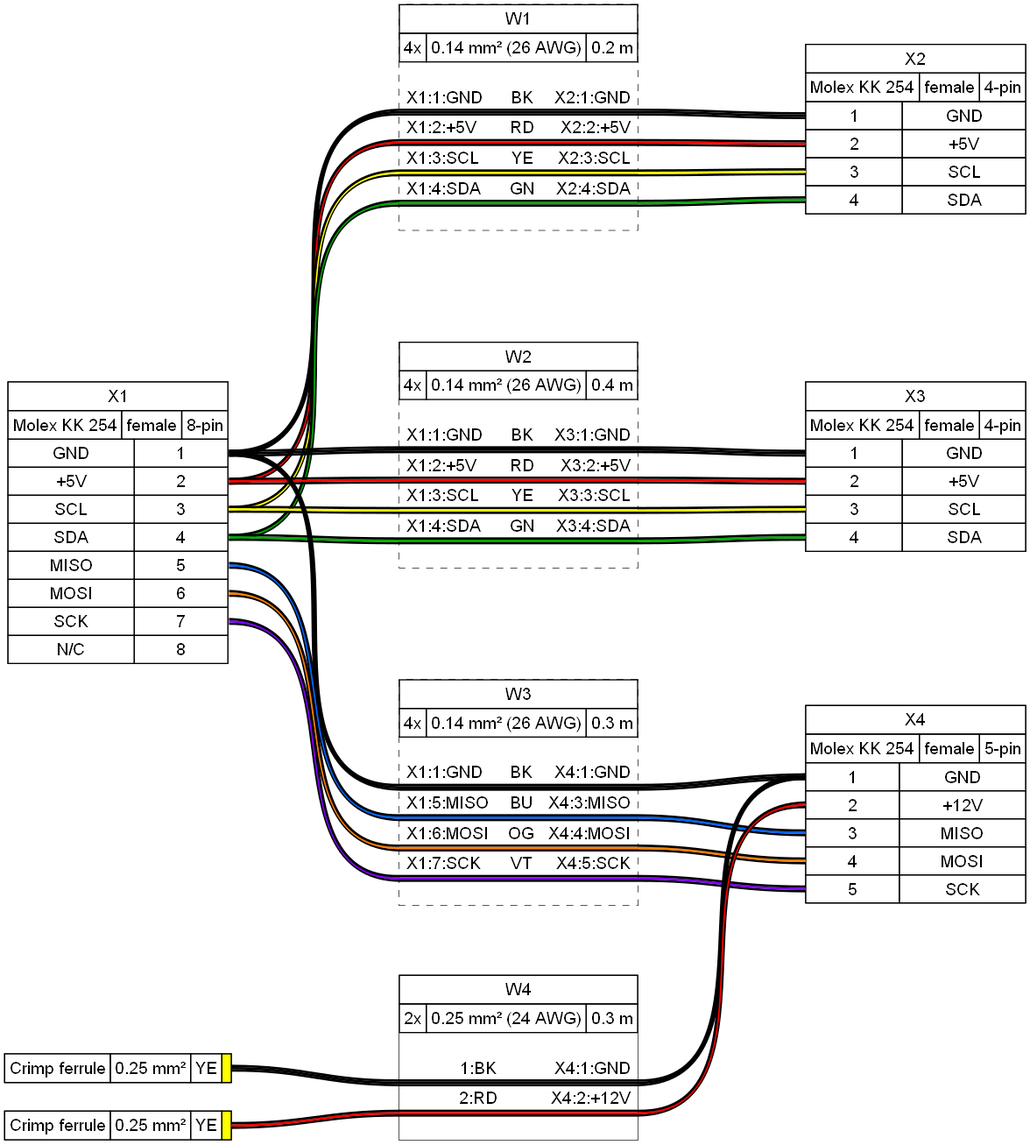
Before: examples/demo02.png, a diagram exported from Graphviz (wireviz/WireViz). Its source is kept beside it as examples/demo02.gv.
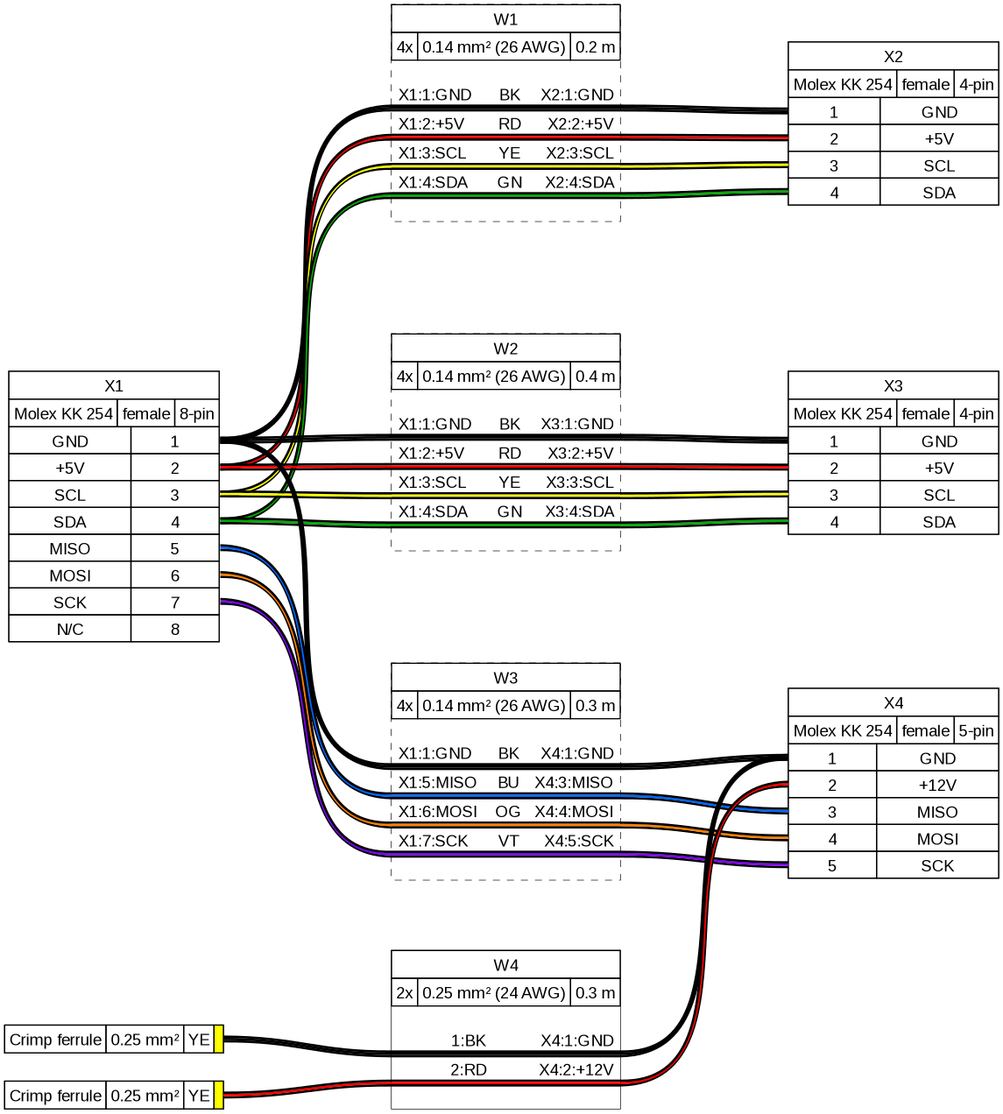
Later version of the same file.

Change to the diagram source:
```diff
@@ -29,42 +29,34 @@
    <table border="0" cellborder="1" cellpadding="3" cellspacing="0">
     <tr>
      <td>GND</td>
-     []
      <td port="p1r">1</td>
     </tr>
     <tr>
      <td>+5V</td>
-     []
      <td port="p2r">2</td>
     </tr>
     <tr>
      <td>SCL</td>
-     []
      <td port="p3r">3</td>
     </tr>
     <tr>
      <td>SDA</td>
-     []
      <td port="p4r">4</td>
     </tr>
     <tr>
      <td>MISO</td>
-     []
      <td port="p5r">5</td>
     </tr>
     <tr>
      <td>MOSI</td>
-     []
      <td port="p6r">6</td>
     </tr>
     <tr>
      <td>SCK</td>
-     []
      <td port="p7r">7</td>
     </tr>
     <tr>
      <td>N/C</td>
-     []
      <td port="p8r">8</td>
     </tr>
    </table>
@@ -100,22 +92,18 @@
     <tr>
      <td port="p1l">1</td>
      <td>GND</td>
-     []
     </tr>
     <tr>
      <td port="p2l">2</td>
      <td>+5V</td>
-     []
     </tr>
     <tr>
      <td port="p3l">3</td>
      <td>SCL</td>
-     []
     </tr>
     <tr>
      <td port="p4l">4</td>
      <td>SDA</td>
-     []
     </tr>
    </table>
   </td>
@@ -150,22 +138,18 @@
     <tr>
      <td port="p1l">1</td>
      <td>GND</td>
-     []
     </tr>
     <tr>
      <td port="p2l">2</td>
      <td>+5V</td>
-     []
     </tr>
     <tr>
      <td port="p3l">3</td>
      <td>SCL</td>
-     []
     </tr>
     <tr>
      <td port="p4l">4</td>
      <td>SDA</td>
-     []
     </tr>
    </table>
   </td>
@@ -200,27 +184,22 @@
     <tr>
      <td port="p1l">1</td>
      <td>GND</td>
-     []
     </tr>
     <tr>
      <td port="p2l">2</td>
      <td>+12V</td>
-     []
     </tr>
     <tr>
      <td port="p3l">3</td>
      <td>MISO</td>
-     []
     </tr>
     <tr>
      <td port="p4l">4</td>
      <td>MOSI</td>
-     []
     </tr>
     <tr>
      <td port="p5l">5</td>
      <td>SCK</td>
-     []
     </tr>
    </table>
   </td>
@@ -296,19 +275,7 @@
      <td align="right">X2:1:GND </td>
     </tr>
     <tr>
-     <td border="0" cellspacing="0" cellpadding="0" colspan="6" height="6" port="w1">
-      <table border="0" cellborder="0" cellspacing="0">
-       <tr>
-        <td bgcolor="#FFFFFF" border="0" cellpadding="0" colspan="6" height="2"></td>
-       </tr>
-       <tr>
-        <td bgcolor="#FFFFFF" border="0" cellpadding="0" colspan="6" height="2"></td>
-       </tr>
-       <tr>
-        <td bgcolor="#FFFFFF" border="0" cellpadding="0" colspan="6" height="2"></td>
-       </tr>
-      </table>
-     </td>
+     <td border="0" cellspacing="0" cellpadding="0" colspan="6" height="6" port="w1"></td>
     </tr>
     <tr>
      <td align="left"> X1:2:+5V</td>
@@ -319,19 +286,7 @@
      <td align="right">X2:2:+5V </td>
     </tr>
     <tr>
-     <td border="0" cellspacing="0" cellpadding="0" colspan="6" height="6" port="w2">
-      <table border="0" cellborder="0" cellspacing="0">
-       <tr>
-        <td bgcolor="#FFFFFF" border="0" cellpadding="0" colspan="6" height="2"></td>
-       </tr>
-       <tr>
-        <td bgcolor="#FFFFFF" border="0" cellpadding="0" colspan="6" height="2"></td>
-       </tr>
-       <tr>
-        <td bgcolor="#FFFFFF" border="0" cellpadding="0" colspan="6" height="2"></td>
-       </tr>
-      </table>
-     </td>
+     <td border="0" cellspacing="0" cellpadding="0" colspan="6" height="6" port="w2"></td>
     </tr>
     <tr>
      <td align="left"> X1:3:SCL</td>
@@ -342,19 +297,7 @@
      <td align="right">X2:3:SCL </td>
     </tr>
     <tr>
-     <td border="0" cellspacing="0" cellpadding="0" colspan="6" height="6" port="w3">
-      <table border="0" cellborder="0" cellspacing="0">
-       <tr>
-        <td bgcolor="#FFFFFF" border="0" cellpadding="0" colspan="6" height="2"></td>
-       </tr>
-       <tr>
-        <td bgcolor="#FFFFFF" border="0" cellpadding="0" colspan="6" height="2"></td>
-       </tr>
-       <tr>
-        <td bgcolor="#FFFFFF" border="0" cellpadding="0" colspan="6" height="2"></td>
-       </tr>
-      </table>
-     </td>
+     <td border="0" cellspacing="0" cellpadding="0" colspan="6" height="6" port="w3"></td>
     </tr>
     <tr>
      <td align="left"> X1:4:SDA</td>
@@ -365,19 +308,7 @@
      <td align="right">X2:4:SDA </td>
     </tr>
     <tr>
-     <td border="0" cellspacing="0" cellpadding="0" colspan="6" height="6" port="w4">
-      <table border="0" cellborder="0" cellspacing="0">
-       <tr>
-        <td bgcolor="#FFFFFF" border="0" cellpadding="0" colspan="6" height="2"></td>
-       </tr>
-       <tr>
-        <td bgcolor="#FFFFFF" border="0" cellpadding="0" colspan="6" height="2"></td>
-       </tr>
-       <tr>
-        <td bgcolor="#FFFFFF" border="0" cellpadding="0" colspan="6" height="2"></td>
-       </tr>
-      </table>
-     </td>
+     <td border="0" cellspacing="0" cellpadding="0" colspan="6" height="6" port="w4"></td>
     </tr>
     <tr>
      <td>&nbsp;</td>
@@ -440,19 +371,7 @@
      <td align="right">X3:1:GND </td>
     </tr>
     <tr>
-     <td border="0" cellspacing="0" cellpadding="0" colspan="6" height="6" port="w1">
-      <table border="0" cellborder="0" cellspacing="0">
-       <tr>
-        <td bgcolor="#FFFFFF" border="0" cellpadding="0" colspan="6" height="2"></td>
-       </tr>
-       <tr>
-        <td bgcolor="#FFFFFF" border="0" cellpadding="0" colspan="6" height="2"></td>
-       </tr>
-       <tr>
-        <td bgcolor="#FFFFFF" border="0" cellpadding="0" colspan="6" height="2"></td>
-       </tr>
-      </table>
-     </td>
+     <td border="0" cellspacing="0" cellpadding="0" colspan="6" height="6" port="w1"></td>
     </tr>
     <tr>
      <td align="left"> X1:2:+5V</td>
@@ -463,19 +382,7 @@
      <td align="right">X3:2:+5V </td>
     </tr>
     <tr>
-     <td border="0" cellspacing="0" cellpadding="0" colspan="6" height="6" port="w2">
-      <table border="0" cellborder="0" cellspacing="0">
-       <tr>
-        <td bgcolor="#FFFFFF" border="0" cellpadding="0" colspan="6" height="2"></td>
-       </tr>
-       <tr>
-        <td bgcolor="#FFFFFF" border="0" cellpadding="0" colspan="6" height="2"></td>
-       </tr>
-       <tr>
-        <td bgcolor="#FFFFFF" border="0" cellpadding="0" colspan="6" height="2"></td>
-       </tr>
-      </table>
-     </td>
+     <td border="0" cellspacing="0" cellpadding="0" colspan="6" height="6" port="w2"></td>
     </tr>
     <tr>
      <td align="left"> X1:3:SCL</td>
@@ -486,19 +393,7 @@
      <td align="right">X3:3:SCL </td>
     </tr>
     <tr>
-     <td border="0" cellspacing="0" cellpadding="0" colspan="6" height="6" port="w3">
-      <table border="0" cellborder="0" cellspacing="0">
-       <tr>
-        <td bgcolor="#FFFFFF" border="0" cellpadding="0" colspan="6" height="2"></td>
-       </tr>
-       <tr>
-        <td bgcolor="#FFFFFF" border="0" cellpadding="0" colspan="6" height="2"></td>
-       </tr>
-       <tr>
-        <td bgcolor="#FFFFFF" border="0" cellpadding="0" colspan="6" height="2"></td>
-       </tr>
-      </table>
-     </td>
+     <td border="0" cellspacing="0" cellpadding="0" colspan="6" height="6" port="w3"></td>
     </tr>
     <tr>
      <td align="left"> X1:4:SDA</td>
@@ -509,19 +404,7 @@
      <td align="right">X3:4:SDA </td>
     </tr>
     <tr>
-     <td border="0" cellspacing="0" cellpadding="0" colspan="6" height="6" port="w4">
-      <table border="0" cellborder="0" cellspacing="0">
-       <tr>
-        <td bgcolor="#FFFFFF" border="0" cellpadding="0" colspan="6" height="2"></td>
-       </tr>
-       <tr>
-        <td bgcolor="#FFFFFF" border="0" cellpadding="0" colspan="6" height="2"></td>
-       </tr>
-       <tr>
-        <td bgcolor="#FFFFFF" border="0" cellpadding="0" colspan="6" height="2"></td>
-       </tr>
-      </table>
-     </td>
+     <td border="0" cellspacing="0" cellpadding="0" colspan="6" height="6" port="w4"></td>
     </tr>
     <tr>
      <td>&nbsp;</td>
@@ -584,19 +467,7 @@
      <td align="right">X4:1:GND </td>
     </tr>
     <tr>
-     <td border="0" cellspacing="0" cellpadding="0" colspan="6" height="6" port="w1">
-      <table border="0" cellborder="0" cellspacing="0">
-       <tr>
-        <td bgcolor="#FFFFFF" border="0" cellpadding="0" colspan="6" height="2"></td>
-       </tr>
-       <tr>
-        <td bgcolor="#FFFFFF" border="0" cellpadding="0" colspan="6" height="2"></td>
-       </tr>
-       <tr>
-        <td bgcolor="#FFFFFF" border="0" cellpadding="0" colspan="6" height="2"></td>
-       </tr>
-      </table>
-     </td>
+     <td border="0" cellspacing="0" cellpadding="0" colspan="6" height="6" port="w1"></td>
     </tr>
     <tr>
      <td align="left"> X1:5:MISO</td>
@@ -607,19 +478,7 @@
      <td align="right">X4:3:MISO </td>
     </tr>
     <tr>
-     <td border="0" cellspacing="0" cellpadding="0" colspan="6" height="6" port="w2">
-      <table border="0" cellborder="0" cellspacing="0">
-       <tr>
-        <td bgcolor="#FFFFFF" border="0" cellpadding="0" colspan="6" height="2"></td>
-       </tr>
-       <tr>
-        <td bgcolor="#FFFFFF" border="0" cellpadding="0" colspan="6" height="2"></td>
-       </tr>
-       <tr>
-        <td bgcolor="#FFFFFF" border="0" cellpadding="0" colspan="6" height="2"></td>
-       </tr>
-      </table>
-     </td>
+     <td border="0" cellspacing="0" cellpadding="0" colspan="6" height="6" port="w2"></td>
     </tr>
     <tr>
      <td align="left"> X1:6:MOSI</td>
@@ -630,19 +489,7 @@
      <td align="right">X4:4:MOSI </td>
     </tr>
     <tr>
-     <td border="0" cellspacing="0" cellpadding="0" colspan="6" height="6" port="w3">
-      <table border="0" cellborder="0" cellspacing="0">
-       <tr>
-        <td bgcolor="#FFFFFF" border="0" cellpadding="0" colspan="6" height="2"></td>
-       </tr>
-       <tr>
-        <td bgcolor="#FFFFFF" border="0" cellpadding="0" colspan="6" height="2"></td>
-       </tr>
-       <tr>
-        <td bgcolor="#FFFFFF" border="0" cellpadding="0" colspan="6" height="2"></td>
-       </tr>
-      </table>
-     </td>
+     <td border="0" cellspacing="0" cellpadding="0" colspan="6" height="6" port="w3"></td>
     </tr>
     <tr>
      <td align="left"> X1:7:SCK</td>
@@ -653,19 +500,7 @@
      <td align="right">X4:5:SCK </td>
     </tr>
     <tr>
-     <td border="0" cellspacing="0" cellpadding="0" colspan="6" height="6" port="w4">
-      <table border="0" cellborder="0" cellspacing="0">
-       <tr>
-        <td bgcolor="#FFFFFF" border="0" cellpadding="0" colspan="6" height="2"></td>
-       </tr>
-       <tr>
-        <td bgcolor="#FFFFFF" border="0" cellpadding="0" colspan="6" height="2"></td>
-       </tr>
-       <tr>
-        <td bgcolor="#FFFFFF" border="0" cellpadding="0" colspan="6" height="2"></td>
-       </tr>
-      </table>
-     </td>
+     <td border="0" cellspacing="0" cellpadding="0" colspan="6" height="6" port="w4"></td>
     </tr>
     <tr>
      <td>&nbsp;</td>
@@ -727,19 +562,7 @@
      <td align="right">X4:1:GND </td>
     </tr>
     <tr>
-     <td border="0" cellspacing="0" cellpadding="0" colspan="5" height="6" port="w1">
-      <table border="0" cellborder="0" cellspacing="0">
-       <tr>
-        <td bgcolor="#FFFFFF" border="0" cellpadding="0" colspan="5" height="2"></td>
-       </tr>
-       <tr>
-        <td bgcolor="#FFFFFF" border="0" cellpadding="0" colspan="5" height="2"></td>
-       </tr>
-       <tr>
-        <td bgcolor="#FFFFFF" border="0" cellpadding="0" colspan="5" height="2"></td>
-       </tr>
-      </table>
-     </td>
+     <td border="0" cellspacing="0" cellpadding="0" colspan="5" height="6" port="w1"></td>
     </tr>
     <tr>
      <td align="left"> </td>
@@ -749,19 +572,7 @@
      <td align="right">X4:2:+12V </td>
     </tr>
     <tr>
-     <td border="0" cellspacing="0" cellpadding="0" colspan="5" height="6" port="w2">
-      <table border="0" cellborder="0" cellspacing="0">
-       <tr>
-        <td bgcolor="#FFFFFF" border="0" cellpadding="0" colspan="5" height="2"></td>
-       </tr>
-       <tr>
-        <td bgcolor="#FFFFFF" border="0" cellpadding="0" colspan="5" height="2"></td>
-       </tr>
-       <tr>
-        <td bgcolor="#FFFFFF" border="0" cellpadding="0" colspan="5" height="2"></td>
-       </tr>
-      </table>
-     </td>
+     <td border="0" cellspacing="0" cellpadding="0" colspan="5" height="6" port="w2"></td>
     </tr>
     <tr>
      <td>&nbsp;</td>
```
